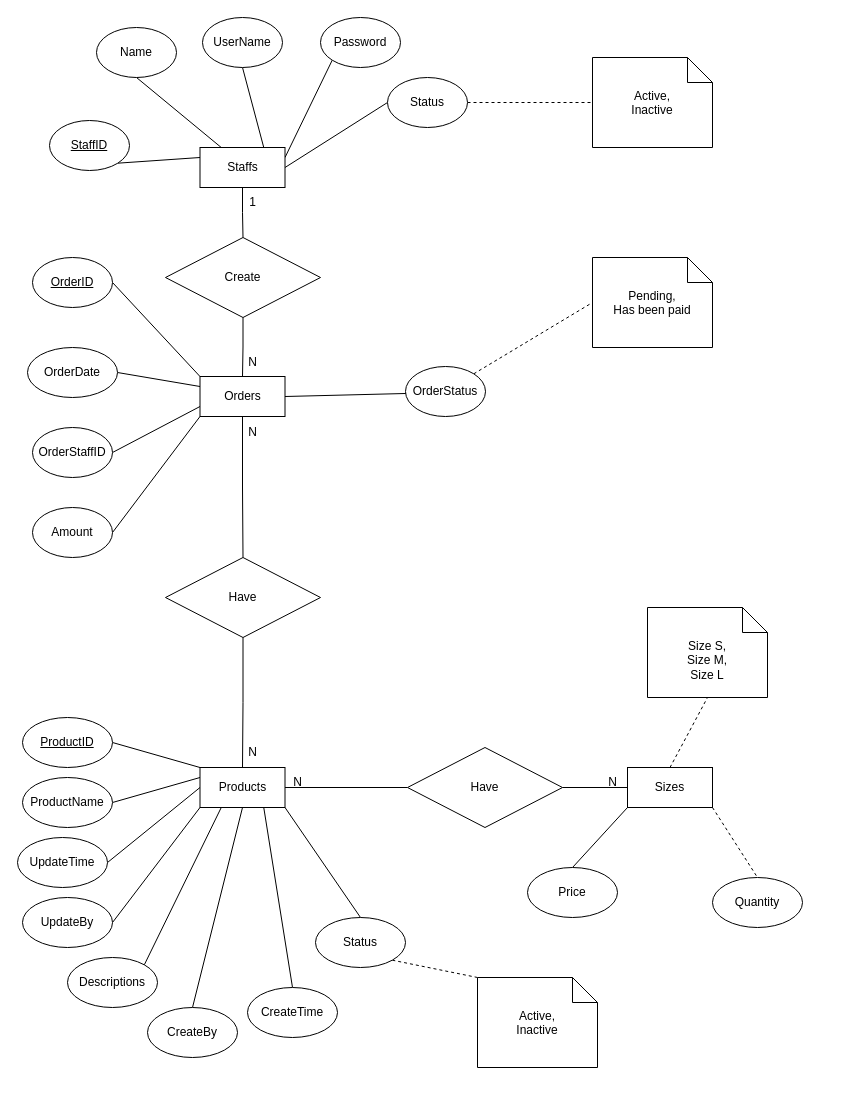
NDuc-Dev/Project-1 keeps this draw.io diagram as page "ERDConcept" (1 of 3) of Diagram/Entity_Relationship_Diagram/ERD1.drawio. Above is the earlier version. Source tidied: cells renumbered, new cells numbered last; positions are measured from the earlier drawing's top-left corner, leaving out a move shared by most shapes. Both pictures are drawn from the tidied source at 100%, with x=0, y=0 at pixel (17, 17).
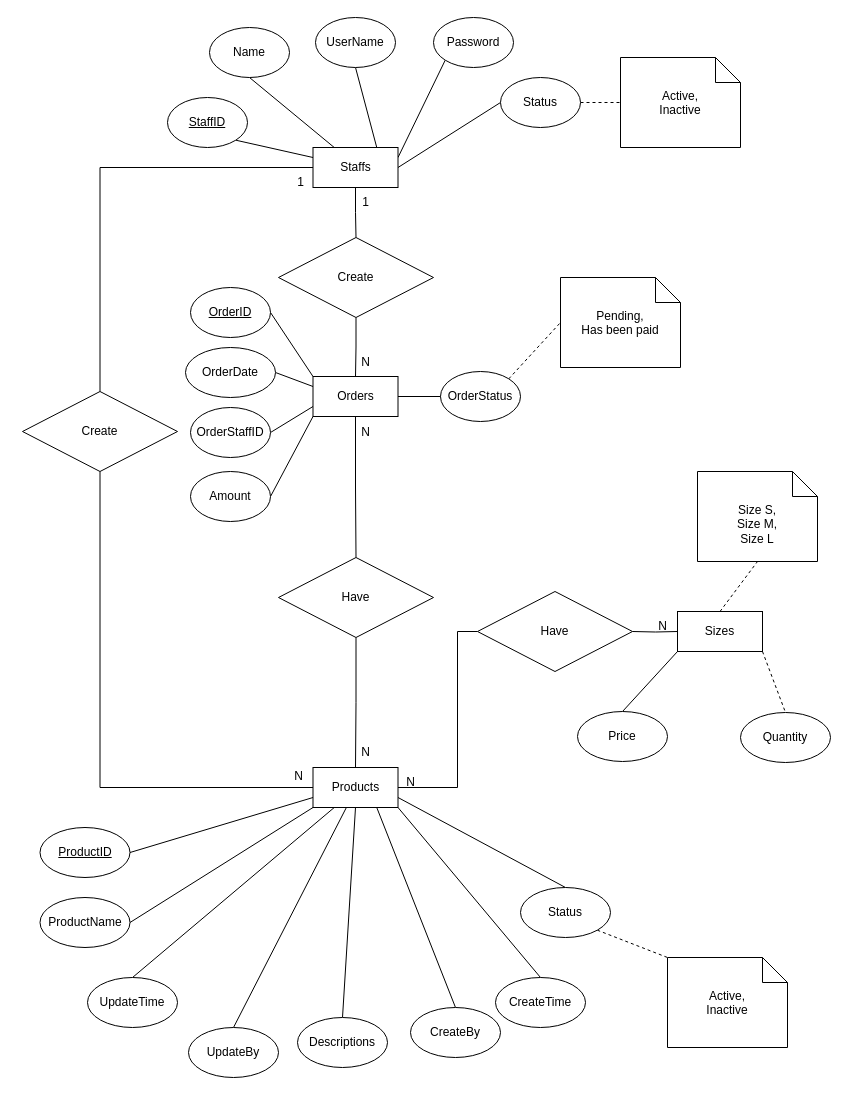
The same page after the edit.

What changed in the source:
```diff
@@
+    <mxCell id="69" style="edgeStyle=orthogonalEdgeStyle;rounded=0;jettySize=auto;html=1;exitX=0;exitY=0.5;exitDx=0;exitDy=0;entryX=0.5;entryY=0;entryDx=0;entryDy=0;endArrow=none;endFill=0;" parent="1" edge="1" source="8" target="71">
+      <mxGeometry relative="1" as="geometry" />
+    </mxCell>
     <mxCell id="8" value="Staffs" style="rounded=0;whiteSpace=wrap;html=1;" parent="1" vertex="1">
-      <mxGeometry x="182.5" y="130" width="85" height="40" as="geometry" />
+      <mxGeometry x="295.5" y="130" width="85" height="40" as="geometry" />
     </mxCell>
     <mxCell id="9" value="&lt;u&gt;StaffID&lt;/u&gt;" style="ellipse;whiteSpace=wrap;html=1;" parent="1" vertex="1">
-      <mxGeometry x="32" y="103" width="80" height="50" as="geometry" />
+      <mxGeometry x="150" y="80" width="80" height="50" as="geometry" />
     </mxCell>
     <mxCell id="10" value="Name" style="ellipse;whiteSpace=wrap;html=1;" parent="1" vertex="1">
-      <mxGeometry x="79" y="10" width="80" height="50" as="geometry" />
+      <mxGeometry x="192" y="10" width="80" height="50" as="geometry" />
     </mxCell>
     <mxCell id="11" value="UserName" style="ellipse;whiteSpace=wrap;html=1;" parent="1" vertex="1">
-      <mxGeometry x="185" width="80" height="50" as="geometry" />
+      <mxGeometry x="298" width="80" height="50" as="geometry" />
     </mxCell>
     <mxCell id="12" value="Password" style="ellipse;whiteSpace=wrap;html=1;" parent="1" vertex="1">
-      <mxGeometry x="303" width="80" height="50" as="geometry" />
+      <mxGeometry x="416" width="80" height="50" as="geometry" />
     </mxCell>
@@
     <mxCell id="19" value="Orders" style="rounded=0;whiteSpace=wrap;html=1;" parent="1" vertex="1">
-      <mxGeometry x="182.5" y="359" width="85" height="40" as="geometry" />
+      <mxGeometry x="295.5" y="359" width="85" height="40" as="geometry" />
     </mxCell>
@@
     <mxCell id="21" value="Create" style="rhombus;whiteSpace=wrap;html=1;" parent="1" vertex="1">
-      <mxGeometry x="148" y="220" width="155" height="80" as="geometry" />
+      <mxGeometry x="261" y="220" width="155" height="80" as="geometry" />
     </mxCell>
     <mxCell id="22" value="1" style="text;html=1;align=center;verticalAlign=middle;strokeColor=none;fillColor=none;" parent="1" vertex="1">
-      <mxGeometry x="220" y="170" width="30" height="30" as="geometry" />
+      <mxGeometry x="333" y="170" width="30" height="30" as="geometry" />
     </mxCell>
     <mxCell id="23" value="N" style="text;html=1;align=center;verticalAlign=middle;strokeColor=none;fillColor=none;" parent="1" vertex="1">
-      <mxGeometry x="220" y="330" width="30" height="30" as="geometry" />
+      <mxGeometry x="333" y="330" width="30" height="30" as="geometry" />
     </mxCell>
     <mxCell id="24" value="&lt;u&gt;OrderID&lt;/u&gt;" style="ellipse;whiteSpace=wrap;html=1;" parent="1" vertex="1">
-      <mxGeometry x="15" y="240" width="80" height="50" as="geometry" />
+      <mxGeometry x="173" y="270" width="80" height="50" as="geometry" />
     </mxCell>
     <mxCell id="25" value="OrderDate" style="ellipse;whiteSpace=wrap;html=1;" parent="1" vertex="1">
-      <mxGeometry x="10" y="330" width="90" height="50" as="geometry" />
+      <mxGeometry x="168" y="330" width="90" height="50" as="geometry" />
     </mxCell>
@@
     <mxCell id="27" value="OrderStatus" style="ellipse;whiteSpace=wrap;html=1;" parent="1" vertex="1">
-      <mxGeometry x="388" y="349" width="80" height="50" as="geometry" />
+      <mxGeometry x="423" y="354" width="80" height="50" as="geometry" />
     </mxCell>
@@
     <mxCell id="29" value="Have" style="rhombus;whiteSpace=wrap;html=1;" parent="1" vertex="1">
-      <mxGeometry x="148" y="540" width="155" height="80" as="geometry" />
+      <mxGeometry x="261" y="540" width="155" height="80" as="geometry" />
     </mxCell>
     <mxCell id="30" value="N" style="text;html=1;align=center;verticalAlign=middle;strokeColor=none;fillColor=none;" parent="1" vertex="1">
-      <mxGeometry x="220" y="400" width="30" height="30" as="geometry" />
+      <mxGeometry x="333" y="400" width="30" height="30" as="geometry" />
     </mxCell>
-    <mxCell id="31" style="rounded=0;jettySize=auto;html=1;exitX=0;exitY=0;exitDx=0;exitDy=0;entryX=1;entryY=0.5;entryDx=0;entryDy=0;endArrow=none;endFill=0;" parent="1" edge="1" source="42" target="44">
+    <mxCell id="31" style="rounded=0;jettySize=auto;html=1;exitX=0;exitY=0.75;exitDx=0;exitDy=0;entryX=1;entryY=0.5;entryDx=0;entryDy=0;endArrow=none;endFill=0;" parent="1" edge="1" source="42" target="44">
       <mxGeometry relative="1" as="geometry" />
     </mxCell>
-    <mxCell id="32" style="rounded=0;jettySize=auto;html=1;exitX=0;exitY=0.25;exitDx=0;exitDy=0;entryX=1;entryY=0.5;entryDx=0;entryDy=0;endArrow=none;endFill=0;" parent="1" edge="1" source="42" target="45">
+    <mxCell id="32" style="rounded=0;jettySize=auto;html=1;exitX=0;exitY=1;exitDx=0;exitDy=0;entryX=1;entryY=0.5;entryDx=0;entryDy=0;endArrow=none;endFill=0;" parent="1" edge="1" source="42" target="45">
       <mxGeometry relative="1" as="geometry" />
     </mxCell>
@@
-    <mxCell id="35" style="rounded=0;jettySize=auto;html=1;exitX=0.25;exitY=1;exitDx=0;exitDy=0;entryX=1;entryY=0;entryDx=0;entryDy=0;endArrow=none;endFill=0;" parent="1" edge="1" source="42" target="48">
+    <mxCell id="35" style="rounded=0;jettySize=auto;html=1;exitX=0.5;exitY=1;exitDx=0;exitDy=0;entryX=0.5;entryY=0;entryDx=0;entryDy=0;endArrow=none;endFill=0;" parent="1" edge="1" source="42" target="48">
       <mxGeometry relative="1" as="geometry" />
     </mxCell>
     <mxCell id="36" style="edgeStyle=orthogonalEdgeStyle;rounded=0;jettySize=auto;html=1;exitX=1;exitY=0.5;exitDx=0;exitDy=0;entryX=0;entryY=0.5;entryDx=0;entryDy=0;endArrow=none;endFill=0;" parent="1" edge="1" source="42" target="54">
-      <mxGeometry relative="1" as="geometry" />
+      <mxGeometry relative="1" as="geometry">
+        <Array as="points">
+          <mxPoint x="440" y="770" />
+          <mxPoint x="440" y="614" />
+        </Array>
+      </mxGeometry>
     </mxCell>
-    <mxCell id="37" style="rounded=0;jettySize=auto;html=1;exitX=0;exitY=0.5;exitDx=0;exitDy=0;entryX=1;entryY=0.5;entryDx=0;entryDy=0;endArrow=none;endFill=0;" parent="1" edge="1" source="42" target="58">
+    <mxCell id="37" style="rounded=0;jettySize=auto;html=1;exitX=0.25;exitY=1;exitDx=0;exitDy=0;entryX=0.5;entryY=0;entryDx=0;entryDy=0;endArrow=none;endFill=0;" parent="1" edge="1" source="42" target="58">
       <mxGeometry relative="1" as="geometry" />
     </mxCell>
-    <mxCell id="38" style="rounded=0;jettySize=auto;html=1;exitX=0;exitY=1;exitDx=0;exitDy=0;entryX=1;entryY=0.5;entryDx=0;entryDy=0;endArrow=none;endFill=0;" parent="1" edge="1" source="42" target="59">
+    <mxCell id="38" style="rounded=0;jettySize=auto;html=1;exitX=0.396;exitY=0.986;exitDx=0;exitDy=0;entryX=0.5;entryY=0;entryDx=0;entryDy=0;endArrow=none;endFill=0;exitPerimeter=0;" parent="1" edge="1" source="42" target="59">
       <mxGeometry relative="1" as="geometry" />
     </mxCell>
-    <mxCell id="39" style="rounded=0;jettySize=auto;html=1;exitX=0.5;exitY=1;exitDx=0;exitDy=0;entryX=0.5;entryY=0;entryDx=0;entryDy=0;endArrow=none;endFill=0;" parent="1" edge="1" source="42" target="60">
+    <mxCell id="39" style="rounded=0;jettySize=auto;html=1;exitX=0.75;exitY=1;exitDx=0;exitDy=0;entryX=0.5;entryY=0;entryDx=0;entryDy=0;endArrow=none;endFill=0;" parent="1" edge="1" source="42" target="60">
       <mxGeometry relative="1" as="geometry" />
     </mxCell>
-    <mxCell id="40" style="rounded=0;jettySize=auto;html=1;exitX=0.75;exitY=1;exitDx=0;exitDy=0;entryX=0.5;entryY=0;entryDx=0;entryDy=0;endArrow=none;endFill=0;" parent="1" edge="1" source="42" target="61">
+    <mxCell id="40" style="rounded=0;jettySize=auto;html=1;exitX=1;exitY=1;exitDx=0;exitDy=0;entryX=0.5;entryY=0;entryDx=0;entryDy=0;endArrow=none;endFill=0;" parent="1" edge="1" source="42" target="61">
       <mxGeometry relative="1" as="geometry" />
     </mxCell>
-    <mxCell id="41" style="rounded=0;jettySize=auto;html=1;exitX=1;exitY=1;exitDx=0;exitDy=0;entryX=0.5;entryY=0;entryDx=0;entryDy=0;endArrow=none;endFill=0;" parent="1" edge="1" source="42" target="65">
+    <mxCell id="41" style="rounded=0;jettySize=auto;html=1;exitX=1;exitY=0.75;exitDx=0;exitDy=0;entryX=0.5;entryY=0;entryDx=0;entryDy=0;endArrow=none;endFill=0;" parent="1" edge="1" source="42" target="65">
       <mxGeometry relative="1" as="geometry" />
     </mxCell>
     <mxCell id="42" value="Products" style="rounded=0;whiteSpace=wrap;html=1;" parent="1" vertex="1">
-      <mxGeometry x="182.5" y="750" width="85" height="40" as="geometry" />
+      <mxGeometry x="295.5" y="750" width="85" height="40" as="geometry" />
     </mxCell>
     <mxCell id="43" value="N" style="text;html=1;align=center;verticalAlign=middle;strokeColor=none;fillColor=none;" parent="1" vertex="1">
-      <mxGeometry x="220" y="720" width="30" height="30" as="geometry" />
+      <mxGeometry x="333" y="720" width="30" height="30" as="geometry" />
     </mxCell>
     <mxCell id="44" value="&lt;u&gt;ProductID&lt;/u&gt;" style="ellipse;whiteSpace=wrap;html=1;" parent="1" vertex="1">
-      <mxGeometry x="5" y="700" width="90" height="50" as="geometry" />
+      <mxGeometry x="22.5" y="810" width="90" height="50" as="geometry" />
     </mxCell>
     <mxCell id="45" value="ProductName" style="ellipse;whiteSpace=wrap;html=1;" parent="1" vertex="1">
-      <mxGeometry x="5" y="760" width="90" height="50" as="geometry" />
+      <mxGeometry x="22.5" y="880" width="90" height="50" as="geometry" />
     </mxCell>
     <mxCell id="46" value="Quantity" style="ellipse;whiteSpace=wrap;html=1;" parent="1" vertex="1">
-      <mxGeometry x="695" y="860" width="90" height="50" as="geometry" />
+      <mxGeometry x="723" y="695" width="90" height="50" as="geometry" />
     </mxCell>
     <mxCell id="47" value="Price" style="ellipse;whiteSpace=wrap;html=1;" parent="1" vertex="1">
-      <mxGeometry x="510" y="850" width="90" height="50" as="geometry" />
+      <mxGeometry x="560" y="694" width="90" height="50" as="geometry" />
     </mxCell>
     <mxCell id="48" value="Descriptions" style="ellipse;whiteSpace=wrap;html=1;" parent="1" vertex="1">
-      <mxGeometry x="50" y="940" width="90" height="50" as="geometry" />
+      <mxGeometry x="280" y="1000" width="90" height="50" as="geometry" />
     </mxCell>
     <mxCell id="49" value="OrderStaffID" style="ellipse;whiteSpace=wrap;html=1;" parent="1" vertex="1">
-      <mxGeometry x="15" y="410" width="80" height="50" as="geometry" />
+      <mxGeometry x="173" y="390" width="80" height="50" as="geometry" />
     </mxCell>
@@
     <mxCell id="51" value="Sizes" style="rounded=0;whiteSpace=wrap;html=1;" parent="1" vertex="1">
-      <mxGeometry x="610" y="750" width="85" height="40" as="geometry" />
+      <mxGeometry x="660" y="594" width="85" height="40" as="geometry" />
     </mxCell>
     <mxCell id="52" value="Size S,&lt;br&gt;Size M,&lt;br&gt;Size L&lt;br&gt;" style="shape=note2;boundedLbl=1;whiteSpace=wrap;html=1;size=25;verticalAlign=top;align=center;" parent="1" vertex="1">
-      <mxGeometry x="630" y="590" width="120" height="90" as="geometry" />
+      <mxGeometry x="680" y="454" width="120" height="90" as="geometry" />
     </mxCell>
-    <mxCell id="53" style="edgeStyle=orthogonalEdgeStyle;rounded=0;jettySize=auto;html=1;exitX=1;exitY=0.5;exitDx=0;exitDy=0;entryX=0;entryY=0.5;entryDx=0;entryDy=0;endArrow=none;endFill=0;" parent="1" edge="1" source="54" target="51">
-      <mxGeometry relative="1" as="geometry" />
+    <mxCell id="53" style="edgeStyle=orthogonalEdgeStyle;rounded=0;jettySize=auto;html=1;exitX=1;exitY=0.5;exitDx=0;exitDy=0;entryX=0;entryY=0.5;entryDx=0;entryDy=0;endArrow=none;endFill=0;" parent="1" edge="1" target="51">
+      <mxGeometry relative="1" as="geometry">
+        <mxPoint x="615" y="614" as="sourcePoint" />
+      </mxGeometry>
     </mxCell>
     <mxCell id="54" value="Have" style="rhombus;whiteSpace=wrap;html=1;" parent="1" vertex="1">
-      <mxGeometry x="390" y="730" width="155" height="80" as="geometry" />
+      <mxGeometry x="460" y="574" width="155" height="80" as="geometry" />
     </mxCell>
     <mxCell id="55" value="N" style="text;html=1;align=center;verticalAlign=middle;strokeColor=none;fillColor=none;" parent="1" vertex="1">
-      <mxGeometry x="265" y="750" width="30" height="30" as="geometry" />
+      <mxGeometry x="378" y="750" width="30" height="30" as="geometry" />
     </mxCell>
     <mxCell id="56" value="N" style="text;html=1;align=center;verticalAlign=middle;strokeColor=none;fillColor=none;" parent="1" vertex="1">
-      <mxGeometry x="580" y="750" width="30" height="30" as="geometry" />
+      <mxGeometry x="630" y="594" width="30" height="30" as="geometry" />
     </mxCell>
     <mxCell id="57" value="Amount" style="ellipse;whiteSpace=wrap;html=1;" parent="1" vertex="1">
-      <mxGeometry x="15" y="490" width="80" height="50" as="geometry" />
+      <mxGeometry x="173" y="454" width="80" height="50" as="geometry" />
     </mxCell>
     <mxCell id="58" value="UpdateTime" style="ellipse;whiteSpace=wrap;html=1;" parent="1" vertex="1">
-      <mxGeometry y="820" width="90" height="50" as="geometry" />
+      <mxGeometry x="70" y="960" width="90" height="50" as="geometry" />
     </mxCell>
     <mxCell id="59" value="UpdateBy" style="ellipse;whiteSpace=wrap;html=1;" parent="1" vertex="1">
-      <mxGeometry x="5" y="880" width="90" height="50" as="geometry" />
+      <mxGeometry x="171" y="1010" width="90" height="50" as="geometry" />
     </mxCell>
     <mxCell id="60" value="CreateBy" style="ellipse;whiteSpace=wrap;html=1;" parent="1" vertex="1">
-      <mxGeometry x="130" y="990" width="90" height="50" as="geometry" />
+      <mxGeometry x="393" y="990" width="90" height="50" as="geometry" />
     </mxCell>
     <mxCell id="61" value="CreateTime" style="ellipse;whiteSpace=wrap;html=1;" parent="1" vertex="1">
-      <mxGeometry x="230" y="970" width="90" height="50" as="geometry" />
+      <mxGeometry x="478" y="960" width="90" height="50" as="geometry" />
     </mxCell>
@@
     <mxCell id="63" value="Status" style="ellipse;whiteSpace=wrap;html=1;" parent="1" vertex="1">
-      <mxGeometry x="370" y="60" width="80" height="50" as="geometry" />
+      <mxGeometry x="483" y="60" width="80" height="50" as="geometry" />
     </mxCell>
@@
     <mxCell id="65" value="Status" style="ellipse;whiteSpace=wrap;html=1;" parent="1" vertex="1">
-      <mxGeometry x="298" y="900" width="90" height="50" as="geometry" />
+      <mxGeometry x="503" y="870" width="90" height="50" as="geometry" />
     </mxCell>
     <mxCell id="66" value="Active,&lt;br&gt;Inactive" style="shape=note2;boundedLbl=1;whiteSpace=wrap;html=1;size=25;verticalAlign=top;align=center;" parent="1" vertex="1">
-      <mxGeometry x="460" y="960" width="120" height="90" as="geometry" />
+      <mxGeometry x="650" y="940" width="120" height="90" as="geometry" />
     </mxCell>
     <mxCell id="67" value="Active,&lt;br&gt;Inactive" style="shape=note2;boundedLbl=1;whiteSpace=wrap;html=1;size=25;verticalAlign=top;align=center;" parent="1" vertex="1">
-      <mxGeometry x="575" y="40" width="120" height="90" as="geometry" />
+      <mxGeometry x="603" y="40" width="120" height="90" as="geometry" />
     </mxCell>
     <mxCell id="68" value="Pending,&lt;br&gt;Has been paid" style="shape=note2;boundedLbl=1;whiteSpace=wrap;html=1;size=25;verticalAlign=top;align=center;" parent="1" vertex="1">
-      <mxGeometry x="575" y="240" width="120" height="90" as="geometry" />
+      <mxGeometry x="543" y="260" width="120" height="90" as="geometry" />
     </mxCell>
+    <mxCell id="70" style="edgeStyle=orthogonalEdgeStyle;rounded=0;jettySize=auto;html=1;exitX=0.5;exitY=1;exitDx=0;exitDy=0;entryX=0;entryY=0.5;entryDx=0;entryDy=0;endArrow=none;endFill=0;" parent="1" edge="1" source="71" target="42">
+      <mxGeometry relative="1" as="geometry" />
+    </mxCell>
+    <mxCell id="71" value="Create" style="rhombus;whiteSpace=wrap;html=1;" parent="1" vertex="1">
+      <mxGeometry x="5" y="374" width="155" height="80" as="geometry" />
+    </mxCell>
+    <mxCell id="72" value="1" style="text;html=1;align=center;verticalAlign=middle;strokeColor=none;fillColor=none;" parent="1" vertex="1">
+      <mxGeometry x="268" y="150" width="30" height="30" as="geometry" />
+    </mxCell>
+    <mxCell id="73" value="N" style="text;html=1;align=center;verticalAlign=middle;strokeColor=none;fillColor=none;" parent="1" vertex="1">
+      <mxGeometry x="265.5" y="744" width="30" height="30" as="geometry" />
+    </mxCell>
```
